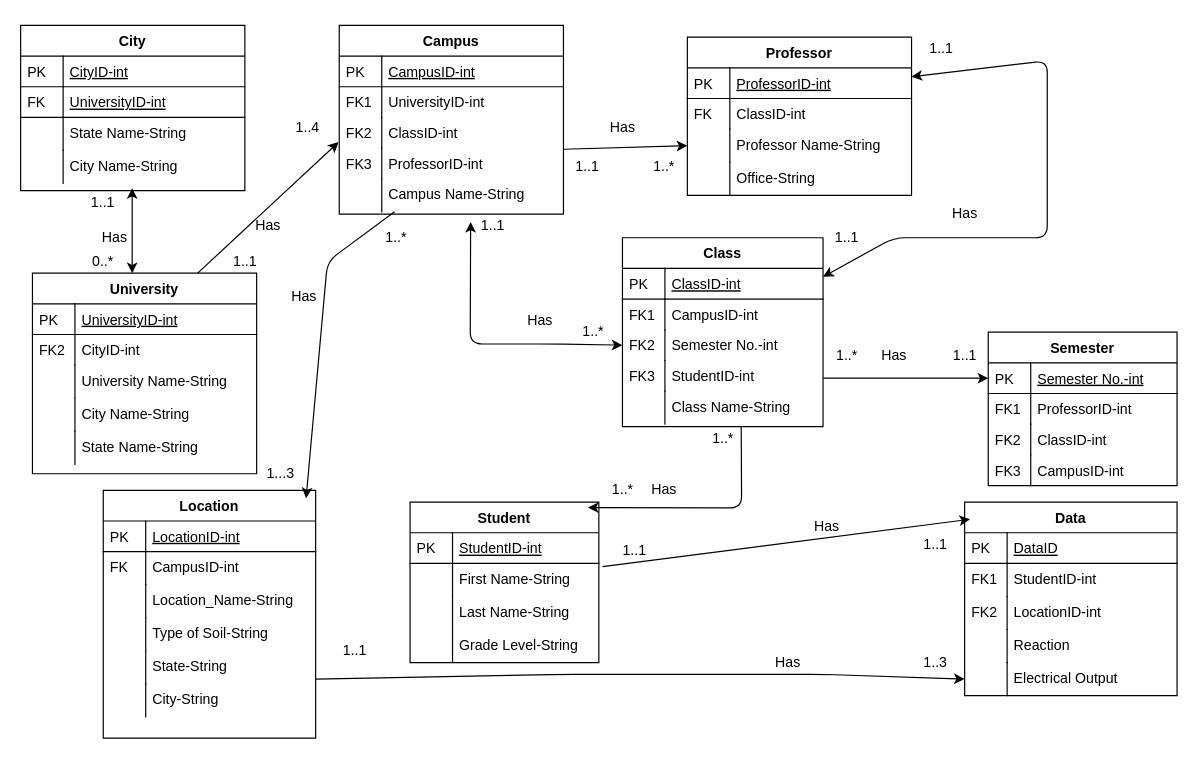
The draw.io diagram ER-Phase I.drawio in dr3w-sam/CS_4318_Database, before the edit. Source tidied: cells renumbered, new cells numbered last; positions are measured from the earlier drawing's top-left corner, leaving out a move shared by most shapes. Both pictures are drawn from the tidied source at 118%, with x=0, y=0 at pixel (20, 25).
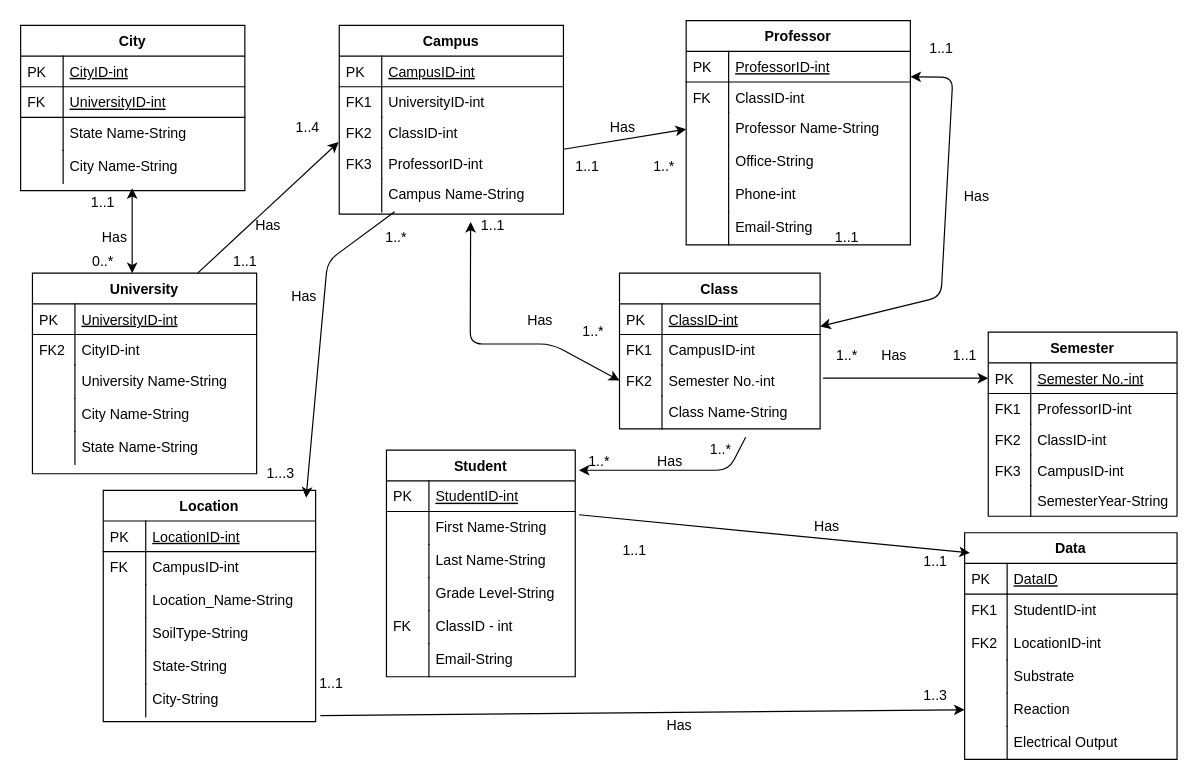
After the change.

Commit message (it also covers changes not shown here):
updated phase2Report, majorUserViews.xlsx, phase1ER.drawio files. added fields to several tables. removed 'Researcher' from .xlsx file

The change refers to these unchanged cells:
```xml
<mxCell id="3" value="StudentID-int" style="shape=partialRectangle;top=0;left=0;right=0;bottom=1;align=left;verticalAlign=top;fillColor=none;spacingLeft=40;spacingRight=4;overflow=hidden;points=[[0,0.5],[1,0.5]];portConstraint=eastwest;rounded=0;shadow=0;strokeWidth=1;fontStyle=4;" parent="2" vertex="1">
  <mxGeometry y="26" width="160" height="26" as="geometry" />
</mxCell>
```

The edit, as a diff of the source:
```diff
@@
     <mxCell id="2" value="Student" style="swimlane;fontStyle=1;horizontal=1;startSize=26;rounded=0;shadow=0;strokeWidth=1;" parent="1" vertex="1">
-      <mxGeometry x="330" y="404" width="160" height="136" as="geometry" />
+      <mxGeometry x="310" y="360" width="160" height="192" as="geometry" />
     </mxCell>
@@
+    <mxCell id="135" value="ClassID - int" style="shape=partialRectangle;top=0;left=0;right=0;bottom=0;align=left;verticalAlign=top;fillColor=none;spacingLeft=40;spacingRight=4;overflow=hidden;rounded=0;shadow=0;strokeWidth=1;" parent="2" vertex="1">
+      <mxGeometry y="136" width="160" height="28" as="geometry" />
+    </mxCell>
+    <mxCell id="136" value="FK" style="shape=partialRectangle;top=0;left=0;bottom=0;fillColor=none;align=left;verticalAlign=top;spacingLeft=4;spacingRight=4;overflow=hidden;" parent="135" vertex="1">
+      <mxGeometry width="36" height="28" as="geometry" />
+    </mxCell>
+    <mxCell id="137" value="Email-String" style="shape=partialRectangle;top=0;left=0;right=0;bottom=0;align=left;verticalAlign=top;fillColor=none;spacingLeft=40;spacingRight=4;overflow=hidden;rounded=0;shadow=0;strokeWidth=1;" parent="2" vertex="1">
+      <mxGeometry y="164" width="160" height="28" as="geometry" />
+    </mxCell>
+    <mxCell id="138" style="shape=partialRectangle;top=0;left=0;bottom=0;fillColor=none;align=left;verticalAlign=top;spacingLeft=4;spacingRight=4;overflow=hidden;" parent="137" vertex="1">
+      <mxGeometry width="36" height="28" as="geometry" />
+    </mxCell>
@@
     <mxCell id="22" value="Class" style="swimlane;fontStyle=1;horizontal=1;startSize=26;rounded=0;shadow=0;strokeWidth=1;" parent="1" vertex="1">
-      <mxGeometry x="510" y="180" width="170" height="160" as="geometry" />
+      <mxGeometry x="507.5" y="210" width="170" height="132" as="geometry" />
     </mxCell>
@@
-    <mxCell id="29" value="StudentID-int" style="shape=partialRectangle;top=0;left=0;right=0;bottom=0;align=left;verticalAlign=top;fillColor=none;spacingLeft=40;spacingRight=4;overflow=hidden;rounded=0;shadow=0;strokeWidth=1;" parent="22" vertex="1">
-      <mxGeometry y="104" width="170" height="26" as="geometry" />
-    </mxCell>
-    <mxCell id="30" value="FK3" style="shape=partialRectangle;top=0;left=0;bottom=0;fillColor=none;align=left;verticalAlign=top;spacingLeft=4;spacingRight=4;overflow=hidden;" parent="29" vertex="1">
-      <mxGeometry width="36" height="26" as="geometry" />
-    </mxCell>
     <mxCell id="31" value="Class Name-String" style="shape=partialRectangle;top=0;left=0;right=0;bottom=0;align=left;verticalAlign=top;fillColor=none;spacingLeft=40;spacingRight=4;overflow=hidden;points=[[0,0.5],[1,0.5]];portConstraint=eastwest;rounded=0;shadow=0;strokeWidth=1;" parent="22" vertex="1">
-      <mxGeometry y="130" width="170" height="28" as="geometry" />
+      <mxGeometry y="104" width="170" height="28" as="geometry" />
     </mxCell>
@@
     <mxCell id="33" value="Data" style="swimlane;fontStyle=1;horizontal=1;startSize=26;rounded=0;shadow=0;strokeWidth=1;" parent="1" vertex="1">
-      <mxGeometry x="800" y="404" width="180" height="164" as="geometry" />
+      <mxGeometry x="800" y="430" width="180" height="192" as="geometry" />
     </mxCell>
@@
-    <mxCell id="40" value="Reaction" style="shape=partialRectangle;top=0;left=0;right=0;bottom=0;align=left;verticalAlign=top;fillColor=none;spacingLeft=40;spacingRight=4;overflow=hidden;rounded=0;shadow=0;strokeWidth=1;" parent="33" vertex="1">
+    <mxCell id="40" value="Substrate" style="shape=partialRectangle;top=0;left=0;right=0;bottom=0;align=left;verticalAlign=top;fillColor=none;spacingLeft=40;spacingRight=4;overflow=hidden;rounded=0;shadow=0;strokeWidth=1;" parent="33" vertex="1">
       <mxGeometry y="108" width="180" height="28" as="geometry" />
     </mxCell>
@@
-    <mxCell id="42" value="Electrical Output" style="shape=partialRectangle;top=0;left=0;right=0;bottom=0;align=left;verticalAlign=top;fillColor=none;spacingLeft=40;spacingRight=4;overflow=hidden;points=[[0,0.5],[1,0.5]];portConstraint=eastwest;rounded=0;shadow=0;strokeWidth=1;" parent="33" vertex="1">
+    <mxCell id="42" value="Reaction" style="shape=partialRectangle;top=0;left=0;right=0;bottom=0;align=left;verticalAlign=top;fillColor=none;spacingLeft=40;spacingRight=4;overflow=hidden;points=[[0,0.5],[1,0.5]];portConstraint=eastwest;rounded=0;shadow=0;strokeWidth=1;" parent="33" vertex="1">
       <mxGeometry y="136" width="180" height="28" as="geometry" />
     </mxCell>
@@
+    <mxCell id="139" value="Electrical Output" style="shape=partialRectangle;top=0;left=0;right=0;bottom=0;align=left;verticalAlign=top;fillColor=none;spacingLeft=40;spacingRight=4;overflow=hidden;rounded=0;shadow=0;strokeWidth=1;" parent="33" vertex="1">
+      <mxGeometry y="164" width="180" height="28" as="geometry" />
+    </mxCell>
+    <mxCell id="140" style="shape=partialRectangle;top=0;left=0;bottom=0;fillColor=none;align=left;verticalAlign=top;spacingLeft=4;spacingRight=4;overflow=hidden;" parent="139" vertex="1">
+      <mxGeometry width="36" height="28" as="geometry" />
+    </mxCell>
     <mxCell id="44" value="Professor" style="swimlane;fontStyle=1;horizontal=1;startSize=26;rounded=0;shadow=0;strokeWidth=1;" parent="1" vertex="1">
-      <mxGeometry x="565" y="10" width="190" height="134" as="geometry" />
+      <mxGeometry x="564" y="-4" width="190" height="190" as="geometry" />
     </mxCell>
@@
+    <mxCell id="141" value="Phone-int" style="shape=partialRectangle;top=0;left=0;right=0;bottom=0;align=left;verticalAlign=top;fillColor=none;spacingLeft=40;spacingRight=4;overflow=hidden;rounded=0;shadow=0;strokeWidth=1;" parent="44" vertex="1">
+      <mxGeometry y="134" width="190" height="28" as="geometry" />
+    </mxCell>
+    <mxCell id="142" style="shape=partialRectangle;top=0;left=0;bottom=0;fillColor=none;align=left;verticalAlign=top;spacingLeft=4;spacingRight=4;overflow=hidden;" parent="141" vertex="1">
+      <mxGeometry width="36" height="28" as="geometry" />
+    </mxCell>
+    <mxCell id="143" value="Email-String" style="shape=partialRectangle;top=0;left=0;right=0;bottom=0;align=left;verticalAlign=top;fillColor=none;spacingLeft=40;spacingRight=4;overflow=hidden;rounded=0;shadow=0;strokeWidth=1;" parent="44" vertex="1">
+      <mxGeometry y="162" width="190" height="28" as="geometry" />
+    </mxCell>
+    <mxCell id="144" style="shape=partialRectangle;top=0;left=0;bottom=0;fillColor=none;align=left;verticalAlign=top;spacingLeft=4;spacingRight=4;overflow=hidden;" parent="143" vertex="1">
+      <mxGeometry width="36" height="28" as="geometry" />
+    </mxCell>
     <mxCell id="53" value="Location" style="swimlane;fontStyle=1;horizontal=1;startSize=26;rounded=0;shadow=0;strokeWidth=1;" parent="1" vertex="1">
-      <mxGeometry x="70" y="394" width="180" height="210" as="geometry" />
+      <mxGeometry x="70" y="394" width="180" height="196" as="geometry" />
     </mxCell>
@@
-    <mxCell id="60" value="Type of Soil-String" style="shape=partialRectangle;top=0;left=0;right=0;bottom=0;align=left;verticalAlign=top;fillColor=none;spacingLeft=40;spacingRight=4;overflow=hidden;rounded=0;shadow=0;strokeWidth=1;" parent="53" vertex="1">
+    <mxCell id="60" value="SoilType-String" style="shape=partialRectangle;top=0;left=0;right=0;bottom=0;align=left;verticalAlign=top;fillColor=none;spacingLeft=40;spacingRight=4;overflow=hidden;rounded=0;shadow=0;strokeWidth=1;" parent="53" vertex="1">
       <mxGeometry y="108" width="180" height="28" as="geometry" />
     </mxCell>
@@
     <mxCell id="66" value="Semester" style="swimlane;fontStyle=1;horizontal=1;startSize=26;rounded=0;shadow=0;strokeWidth=1;" parent="1" vertex="1">
-      <mxGeometry x="820" y="260" width="160" height="130" as="geometry" />
+      <mxGeometry x="820" y="260" width="160" height="156" as="geometry" />
     </mxCell>
@@
+    <mxCell id="145" value="SemesterYear-String" style="shape=partialRectangle;top=0;left=0;right=0;bottom=0;align=left;verticalAlign=top;fillColor=none;spacingLeft=40;spacingRight=4;overflow=hidden;rounded=0;shadow=0;strokeWidth=1;" parent="66" vertex="1">
+      <mxGeometry y="130" width="160" height="26" as="geometry" />
+    </mxCell>
+    <mxCell id="146" style="shape=partialRectangle;top=0;left=0;bottom=0;fillColor=none;align=left;verticalAlign=top;spacingLeft=4;spacingRight=4;overflow=hidden;" parent="145" vertex="1">
+      <mxGeometry width="36" height="26" as="geometry" />
+    </mxCell>
@@
-    <mxCell id="101" style="endArrow=classic;html=1;entryX=0;entryY=0.5;entryDx=0;entryDy=0;" parent="1" edge="1" target="42">
+    <mxCell id="101" style="endArrow=classic;html=1;entryX=0;entryY=0.5;entryDx=0;entryDy=0;exitX=0.275;exitY=0.95;exitDx=0;exitDy=0;exitPerimeter=0;" parent="1" edge="1">
       <mxGeometry relative="1" as="geometry">
-        <mxPoint x="250" y="554" as="sourcePoint" />
-        <Array as="points">
-          <mxPoint x="460" y="550" />
-          <mxPoint x="680" y="550" />
-        </Array>
+        <mxPoint x="254" y="585" as="sourcePoint" />
+        <mxPoint x="800" y="580" as="targetPoint" />
       </mxGeometry>
     </mxCell>
-    <mxCell id="102" style="endArrow=classic;html=1;exitX=0.592;exitY=1.079;exitDx=0;exitDy=0;exitPerimeter=0;entryX=0.942;entryY=0.034;entryDx=0;entryDy=0;entryPerimeter=0;" parent="1" edge="1" source="31" target="2">
+    <mxCell id="102" style="endArrow=classic;html=1;exitX=0.629;exitY=1.25;exitDx=0;exitDy=0;exitPerimeter=0;entryX=1.019;entryY=-0.346;entryDx=0;entryDy=0;entryPerimeter=0;" parent="1" edge="1" source="31" target="3">
       <mxGeometry relative="1" as="geometry">
         <Array as="points">
-          <mxPoint x="611" y="409" />
+          <mxPoint x="600" y="377" />
         </Array>
       </mxGeometry>
     </mxCell>
     <mxCell id="103" style="endArrow=classic;startArrow=classic;html=1;exitX=1;exitY=0.25;exitDx=0;exitDy=0;" parent="1" edge="1" source="44" target="22">
       <mxGeometry relative="1" as="geometry">
         <Array as="points">
-          <mxPoint x="870" y="30" />
-          <mxPoint x="870" y="150" />
-          <mxPoint x="870" y="180" />
-          <mxPoint x="740" y="180" />
+          <mxPoint x="790" y="44" />
+          <mxPoint x="780" y="230" />
         </Array>
       </mxGeometry>
     </mxCell>
@@
     <mxCell id="119" value="Has" style="text;html=1;align=center;verticalAlign=middle;" parent="1" vertex="1">
-      <mxGeometry x="780" y="150" width="40" height="20" as="geometry" />
+      <mxGeometry x="790" y="135" width="40" height="20" as="geometry" />
     </mxCell>
     <mxCell id="120" value="Has" style="text;html=1;align=center;verticalAlign=middle;" parent="1" vertex="1">
-      <mxGeometry x="525" y="384" width="40" height="20" as="geometry" />
+      <mxGeometry x="530" y="360" width="40" height="20" as="geometry" />
     </mxCell>
@@
     <mxCell id="123" value="1..1" style="text;html=1;align=center;verticalAlign=middle;" parent="1" vertex="1">
-      <mxGeometry x="755" y="430" width="40" height="20" as="geometry" />
+      <mxGeometry x="755" y="445" width="40" height="20" as="geometry" />
     </mxCell>
     <mxCell id="124" value="1..3" style="text;html=1;align=center;verticalAlign=middle;" parent="1" vertex="1">
-      <mxGeometry x="755" y="530" width="40" height="20" as="geometry" />
+      <mxGeometry x="755" y="558" width="40" height="20" as="geometry" />
     </mxCell>
     <mxCell id="125" value="1..1" style="text;html=1;align=center;verticalAlign=middle;" parent="1" vertex="1">
-      <mxGeometry x="263" y="520" width="40" height="20" as="geometry" />
+      <mxGeometry x="243" y="548" width="40" height="20" as="geometry" />
     </mxCell>
     <mxCell id="126" value="Has" style="text;html=1;align=center;verticalAlign=middle;" parent="1" vertex="1">
-      <mxGeometry x="630" y="530" width="40" height="20" as="geometry" />
+      <mxGeometry x="537.5" y="584" width="40" height="20" as="geometry" />
     </mxCell>
@@
     <mxCell id="133" value="1..*" style="text;html=1;align=center;verticalAlign=middle;" parent="1" vertex="1">
-      <mxGeometry x="580" y="340" width="30" height="20" as="geometry" />
+      <mxGeometry x="577.5" y="350" width="30" height="20" as="geometry" />
     </mxCell>
     <mxCell id="134" value="1..*" style="text;html=1;align=center;verticalAlign=middle;" parent="1" vertex="1">
-      <mxGeometry x="495" y="384" width="30" height="20" as="geometry" />
+      <mxGeometry x="475" y="360" width="30" height="20" as="geometry" />
     </mxCell>
```
